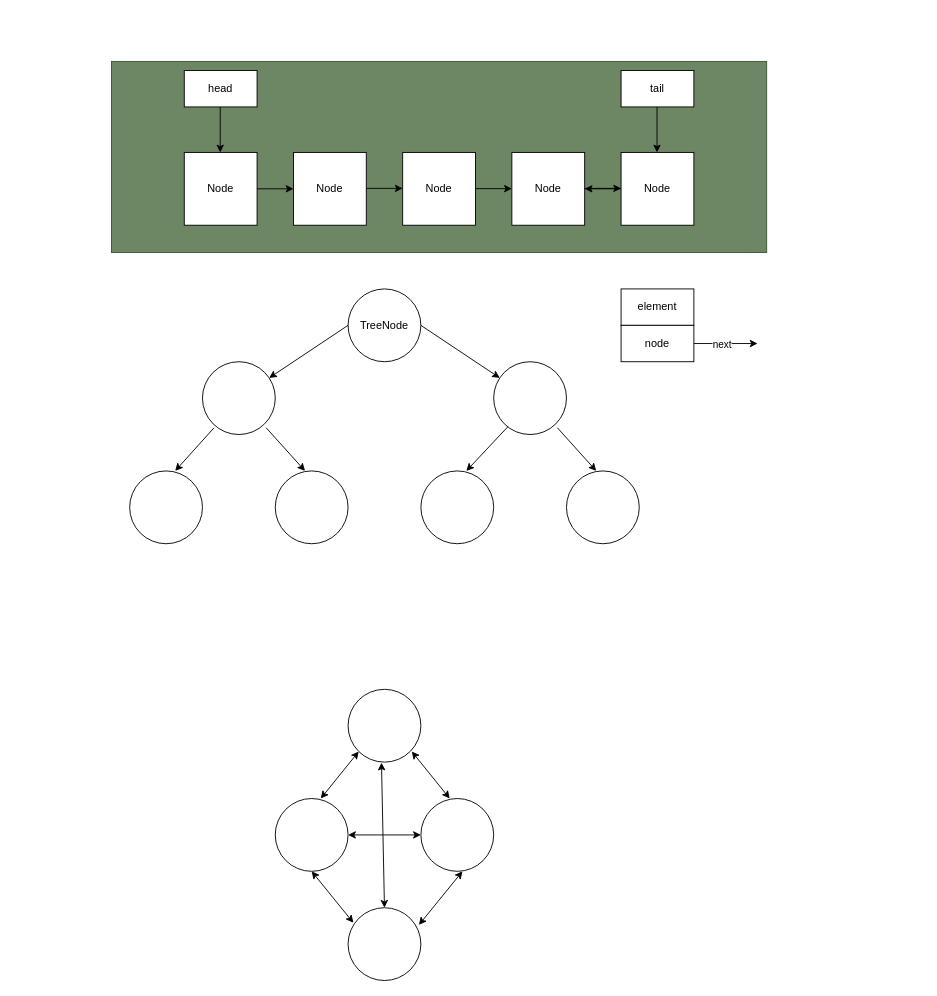
Above: src/Untitled Diagram.drawio in negativen/sandbox_fall2022 (draw.io), before the change. Source tidied: cells renumbered, new cells numbered last; positions are measured from the earlier drawing's top-left corner, leaving out a move shared by most shapes. Both pictures are drawn from the tidied source at 91%, with x=0, y=0 at pixel (111, 61).
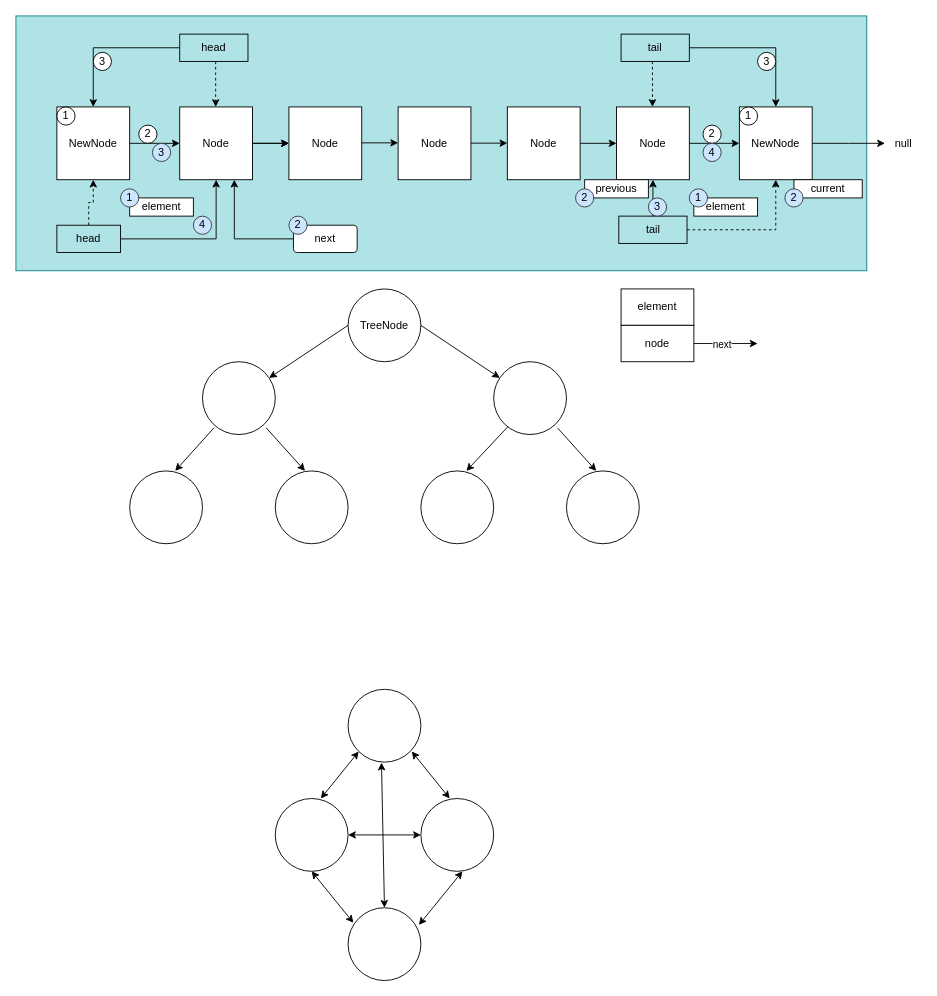
The same page after the edit.

Change to the diagram source:
```diff
@@
-    <mxCell id="2" style="rounded=0;whiteSpace=wrap;html=1;fillColor=#6d8764;strokeColor=#3A5431;fontColor=#ffffff;" parent="1" vertex="1">
-      <mxGeometry width="720" height="210" as="geometry" />
+    <mxCell id="2" style="rounded=0;whiteSpace=wrap;html=1;fillColor=#b0e3e6;strokeColor=#0e8088;" parent="1" vertex="1">
+      <mxGeometry x="-105" y="-50" width="935" height="280" as="geometry" />
     </mxCell>
+    <mxCell id="44" style="edgeStyle=orthogonalEdgeStyle;rounded=0;jettySize=auto;html=1;" parent="1" edge="1" source="3" target="4">
+      <mxGeometry relative="1" as="geometry" />
+    </mxCell>
     <mxCell id="3" value="Node" style="whiteSpace=wrap;html=1;" parent="1" vertex="1">
-      <mxGeometry x="80" y="100" width="80" height="80" as="geometry" />
+      <mxGeometry x="75" y="50" width="80" height="80" as="geometry" />
     </mxCell>
     <mxCell id="4" value="Node" style="whiteSpace=wrap;html=1;" parent="1" vertex="1">
-      <mxGeometry x="200" y="100" width="80" height="80" as="geometry" />
+      <mxGeometry x="195" y="50" width="80" height="80" as="geometry" />
     </mxCell>
     <mxCell id="5" value="Node" style="whiteSpace=wrap;html=1;" parent="1" vertex="1">
-      <mxGeometry x="320" y="100" width="80" height="80" as="geometry" />
+      <mxGeometry x="315" y="50" width="80" height="80" as="geometry" />
     </mxCell>
+    <mxCell id="45" style="edgeStyle=orthogonalEdgeStyle;rounded=0;jettySize=auto;html=1;endArrow=classic;endFill=1;" parent="1" edge="1" source="6" target="8">
+      <mxGeometry relative="1" as="geometry" />
+    </mxCell>
     <mxCell id="6" value="Node" style="whiteSpace=wrap;html=1;" parent="1" vertex="1">
-      <mxGeometry x="440" y="100" width="80" height="80" as="geometry" />
+      <mxGeometry x="435" y="50" width="80" height="80" as="geometry" />
     </mxCell>
-    <mxCell id="7" style="edgeStyle=orthogonalEdgeStyle;rounded=0;jettySize=auto;html=1;" parent="1" edge="1" source="8" target="6">
-      <mxGeometry relative="1" as="geometry" />
-    </mxCell>
+    <mxCell id="46" style="edgeStyle=orthogonalEdgeStyle;rounded=0;jettySize=auto;html=1;endArrow=classic;endFill=1;" parent="1" edge="1" source="8" target="53">
+      <mxGeometry relative="1" as="geometry" />
+    </mxCell>
     <mxCell id="8" value="Node" style="whiteSpace=wrap;html=1;" parent="1" vertex="1">
-      <mxGeometry x="560" y="100" width="80" height="80" as="geometry" />
+      <mxGeometry x="555" y="50" width="80" height="80" as="geometry" />
     </mxCell>
     <mxCell id="9" style="endArrow=classic;html=1;rounded=0;entryX=0;entryY=0.5;entryDx=0;entryDy=0;" parent="1" edge="1" target="4">
       <mxGeometry relative="1" as="geometry">
-        <mxPoint x="160" y="140" as="sourcePoint" />
+        <mxPoint x="155" y="90" as="sourcePoint" />
       </mxGeometry>
     </mxCell>
     <mxCell id="10" style="endArrow=classic;html=1;rounded=0;entryX=0;entryY=0.5;entryDx=0;entryDy=0;" parent="1" edge="1">
       <mxGeometry relative="1" as="geometry">
-        <mxPoint x="280" y="139.5" as="sourcePoint" />
-        <mxPoint x="320" y="139.5" as="targetPoint" />
+        <mxPoint x="275" y="89.5" as="sourcePoint" />
+        <mxPoint x="315" y="89.5" as="targetPoint" />
       </mxGeometry>
     </mxCell>
     <mxCell id="11" style="endArrow=classic;html=1;rounded=0;entryX=0;entryY=0.5;entryDx=0;entryDy=0;" parent="1" edge="1">
       <mxGeometry relative="1" as="geometry">
-        <mxPoint x="400" y="139.8" as="sourcePoint" />
-        <mxPoint x="440" y="139.8" as="targetPoint" />
+        <mxPoint x="395" y="89.8" as="sourcePoint" />
+        <mxPoint x="435" y="89.8" as="targetPoint" />
       </mxGeometry>
     </mxCell>
-    <mxCell id="12" style="endArrow=classic;html=1;rounded=0;entryX=0;entryY=0.5;entryDx=0;entryDy=0;" parent="1" edge="1">
-      <mxGeometry relative="1" as="geometry">
-        <mxPoint x="520" y="139.5" as="sourcePoint" />
-        <mxPoint x="560" y="139.5" as="targetPoint" />
-      </mxGeometry>
-    </mxCell>
@@
+    <mxCell id="47" style="edgeStyle=orthogonalEdgeStyle;rounded=0;jettySize=auto;html=1;entryX=0.5;entryY=0;entryDx=0;entryDy=0;endArrow=classic;endFill=1;" parent="1" edge="1" source="36" target="50">
+      <mxGeometry relative="1" as="geometry" />
+    </mxCell>
-    <mxCell id="36" value="head" style="rounded=0;whiteSpace=wrap;html=1;" parent="1" vertex="1">
-      <mxGeometry x="80" y="10" width="80" height="40" as="geometry" />
+    <mxCell id="36" value="head" style="rounded=0;whiteSpace=wrap;html=1;fillColor=none;" parent="1" vertex="1">
+      <mxGeometry x="75" y="-30" width="75" height="30" as="geometry" />
     </mxCell>
+    <mxCell id="48" style="edgeStyle=orthogonalEdgeStyle;rounded=0;jettySize=auto;html=1;endArrow=classic;endFill=1;" parent="1" edge="1" source="37" target="53">
+      <mxGeometry relative="1" as="geometry" />
+    </mxCell>
-    <mxCell id="37" value="tail" style="rounded=0;whiteSpace=wrap;html=1;" parent="1" vertex="1">
-      <mxGeometry x="560" y="10" width="80" height="40" as="geometry" />
+    <mxCell id="37" value="tail" style="rounded=0;whiteSpace=wrap;html=1;fillColor=none;" parent="1" vertex="1">
+      <mxGeometry x="560" y="-30" width="75" height="30" as="geometry" />
     </mxCell>
-    <mxCell id="38" style="endArrow=classic;html=1;rounded=0;" parent="1" edge="1">
+    <mxCell id="38" style="endArrow=classic;html=1;rounded=0;dashed=1;" parent="1" edge="1">
       <mxGeometry relative="1" as="geometry">
-        <mxPoint x="119.5" y="50" as="sourcePoint" />
-        <mxPoint x="119.5" y="100" as="targetPoint" />
+        <mxPoint x="114.5" as="sourcePoint" />
+        <mxPoint x="114.5" y="50" as="targetPoint" />
       </mxGeometry>
     </mxCell>
-    <mxCell id="39" style="endArrow=classic;html=1;rounded=0;" parent="1" edge="1">
+    <mxCell id="39" style="endArrow=classic;html=1;rounded=0;dashed=1;" parent="1" edge="1">
       <mxGeometry relative="1" as="geometry">
-        <mxPoint x="599.5" y="50" as="sourcePoint" />
-        <mxPoint x="599.5" y="100" as="targetPoint" />
+        <mxPoint x="594.5" as="sourcePoint" />
+        <mxPoint x="594.5" y="50" as="targetPoint" />
       </mxGeometry>
     </mxCell>
@@
+    <mxCell id="49" style="edgeStyle=orthogonalEdgeStyle;rounded=0;jettySize=auto;html=1;exitX=1;exitY=0.5;exitDx=0;exitDy=0;entryX=0;entryY=0.5;entryDx=0;entryDy=0;" parent="1" edge="1" source="50" target="3">
+      <mxGeometry relative="1" as="geometry" />
+    </mxCell>
+    <mxCell id="50" value="&lt;div&gt;NewNode&lt;/div&gt;" style="whiteSpace=wrap;html=1;" parent="1" vertex="1">
+      <mxGeometry x="-60" y="50" width="80" height="80" as="geometry" />
+    </mxCell>
+    <mxCell id="51" value="1" style="ellipse;whiteSpace=wrap;html=1;" parent="1" vertex="1">
+      <mxGeometry x="-60" y="50" width="20" height="20" as="geometry" />
+    </mxCell>
+    <mxCell id="52" style="edgeStyle=orthogonalEdgeStyle;rounded=0;jettySize=auto;html=1;endArrow=classic;endFill=1;" parent="1" edge="1" source="53">
+      <mxGeometry relative="1" as="geometry">
+        <mxPoint x="850" y="90" as="targetPoint" />
+      </mxGeometry>
+    </mxCell>
+    <mxCell id="53" value="&lt;div&gt;NewNode&lt;/div&gt;" style="whiteSpace=wrap;html=1;" parent="1" vertex="1">
+      <mxGeometry x="690" y="50" width="80" height="80" as="geometry" />
+    </mxCell>
+    <mxCell id="54" value="2" style="ellipse;whiteSpace=wrap;html=1;" parent="1" vertex="1">
+      <mxGeometry x="30" y="70" width="20" height="20" as="geometry" />
+    </mxCell>
+    <mxCell id="55" value="3" style="ellipse;whiteSpace=wrap;html=1;" parent="1" vertex="1">
+      <mxGeometry x="-20" y="-10" width="20" height="20" as="geometry" />
+    </mxCell>
+    <mxCell id="56" value="null" style="text;html=1;align=center;verticalAlign=middle;strokeColor=none;fillColor=none;" parent="1" vertex="1">
+      <mxGeometry x="850" y="75" width="40" height="30" as="geometry" />
+    </mxCell>
+    <mxCell id="57" value="1" style="ellipse;whiteSpace=wrap;html=1;" parent="1" vertex="1">
+      <mxGeometry x="690" y="50" width="20" height="20" as="geometry" />
+    </mxCell>
+    <mxCell id="58" value="3" style="ellipse;whiteSpace=wrap;html=1;" parent="1" vertex="1">
+      <mxGeometry x="710" y="-10" width="20" height="20" as="geometry" />
+    </mxCell>
+    <mxCell id="59" style="edgeStyle=orthogonalEdgeStyle;rounded=0;jettySize=auto;html=1;entryX=0.5;entryY=1;entryDx=0;entryDy=0;dashed=1;endArrow=classic;endFill=1;" parent="1" edge="1" source="61" target="50">
+      <mxGeometry relative="1" as="geometry" />
+    </mxCell>
+    <mxCell id="60" style="edgeStyle=orthogonalEdgeStyle;rounded=0;jettySize=auto;html=1;entryX=0.5;entryY=1;entryDx=0;entryDy=0;endArrow=classic;endFill=1;" parent="1" edge="1" source="61" target="3">
+      <mxGeometry relative="1" as="geometry" />
+    </mxCell>
+    <mxCell id="61" value="head" style="rounded=0;whiteSpace=wrap;html=1;fillColor=none;" parent="1" vertex="1">
+      <mxGeometry x="-60" y="180" width="70" height="30" as="geometry" />
+    </mxCell>
+    <mxCell id="62" value="element" style="rounded=0;whiteSpace=wrap;html=1;" parent="1" vertex="1">
+      <mxGeometry x="20" y="150" width="70" height="20" as="geometry" />
+    </mxCell>
+    <mxCell id="63" value="1" style="ellipse;whiteSpace=wrap;html=1;fillColor=#cce5ff;strokeColor=#36393d;" parent="1" vertex="1">
+      <mxGeometry x="10" y="140" width="20" height="20" as="geometry" />
+    </mxCell>
+    <mxCell id="64" style="edgeStyle=orthogonalEdgeStyle;rounded=0;jettySize=auto;html=1;entryX=0.75;entryY=1;entryDx=0;entryDy=0;endArrow=classic;endFill=1;" parent="1" edge="1" source="65" target="3">
+      <mxGeometry relative="1" as="geometry" />
+    </mxCell>
+    <mxCell id="65" value="&lt;div&gt;next&lt;/div&gt;" style="rounded=1;whiteSpace=wrap;html=1;" parent="1" vertex="1">
+      <mxGeometry x="200" y="180" width="70" height="30" as="geometry" />
+    </mxCell>
+    <mxCell id="66" value="2" style="ellipse;whiteSpace=wrap;html=1;fillColor=#cce5ff;strokeColor=#36393d;" parent="1" vertex="1">
+      <mxGeometry x="195" y="170" width="20" height="20" as="geometry" />
+    </mxCell>
+    <mxCell id="67" value="3" style="ellipse;whiteSpace=wrap;html=1;fillColor=#cce5ff;strokeColor=#36393d;" parent="1" vertex="1">
+      <mxGeometry x="45" y="90" width="20" height="20" as="geometry" />
+    </mxCell>
+    <mxCell id="68" value="4" style="ellipse;whiteSpace=wrap;html=1;fillColor=#cce5ff;strokeColor=#36393d;" parent="1" vertex="1">
+      <mxGeometry x="90" y="170" width="20" height="20" as="geometry" />
+    </mxCell>
+    <mxCell id="69" style="edgeStyle=orthogonalEdgeStyle;rounded=0;jettySize=auto;html=1;entryX=0.5;entryY=1;entryDx=0;entryDy=0;endArrow=classic;endFill=1;" parent="1" edge="1" source="71" target="8">
+      <mxGeometry relative="1" as="geometry" />
+    </mxCell>
+    <mxCell id="70" style="edgeStyle=orthogonalEdgeStyle;rounded=0;jettySize=auto;html=1;entryX=0.5;entryY=1;entryDx=0;entryDy=0;endArrow=classic;endFill=1;dashed=1;" parent="1" edge="1" source="71" target="53">
+      <mxGeometry relative="1" as="geometry" />
+    </mxCell>
+    <mxCell id="71" value="tail" style="rounded=0;whiteSpace=wrap;html=1;fillColor=none;" parent="1" vertex="1">
+      <mxGeometry x="557.5" y="170" width="75" height="30" as="geometry" />
+    </mxCell>
+    <mxCell id="72" value="2" style="ellipse;whiteSpace=wrap;html=1;" parent="1" vertex="1">
+      <mxGeometry x="650" y="70" width="20" height="20" as="geometry" />
+    </mxCell>
+    <mxCell id="73" value="element" style="rounded=0;whiteSpace=wrap;html=1;" parent="1" vertex="1">
+      <mxGeometry x="640" y="150" width="70" height="20" as="geometry" />
+    </mxCell>
+    <mxCell id="74" value="previous" style="rounded=0;whiteSpace=wrap;html=1;" parent="1" vertex="1">
+      <mxGeometry x="520" y="130" width="70" height="20" as="geometry" />
+    </mxCell>
+    <mxCell id="75" value="current" style="rounded=0;whiteSpace=wrap;html=1;" parent="1" vertex="1">
+      <mxGeometry x="750" y="130" width="75" height="20" as="geometry" />
+    </mxCell>
+    <mxCell id="76" value="2" style="ellipse;whiteSpace=wrap;html=1;fillColor=#cce5ff;strokeColor=#36393d;" parent="1" vertex="1">
+      <mxGeometry x="510" y="140" width="20" height="20" as="geometry" />
+    </mxCell>
+    <mxCell id="77" value="1" style="ellipse;whiteSpace=wrap;html=1;fillColor=#cce5ff;strokeColor=#36393d;" parent="1" vertex="1">
+      <mxGeometry x="635" y="140" width="20" height="20" as="geometry" />
+    </mxCell>
+    <mxCell id="78" value="2" style="ellipse;whiteSpace=wrap;html=1;fillColor=#cce5ff;strokeColor=#36393d;" parent="1" vertex="1">
+      <mxGeometry x="740" y="140" width="20" height="20" as="geometry" />
+    </mxCell>
+    <mxCell id="79" value="3" style="ellipse;whiteSpace=wrap;html=1;fillColor=#cce5ff;strokeColor=#36393d;" parent="1" vertex="1">
+      <mxGeometry x="590" y="150" width="20" height="20" as="geometry" />
+    </mxCell>
+    <mxCell id="80" value="4" style="ellipse;whiteSpace=wrap;html=1;fillColor=#cce5ff;strokeColor=#36393d;" parent="1" vertex="1">
+      <mxGeometry x="650" y="90" width="20" height="20" as="geometry" />
+    </mxCell>
```
